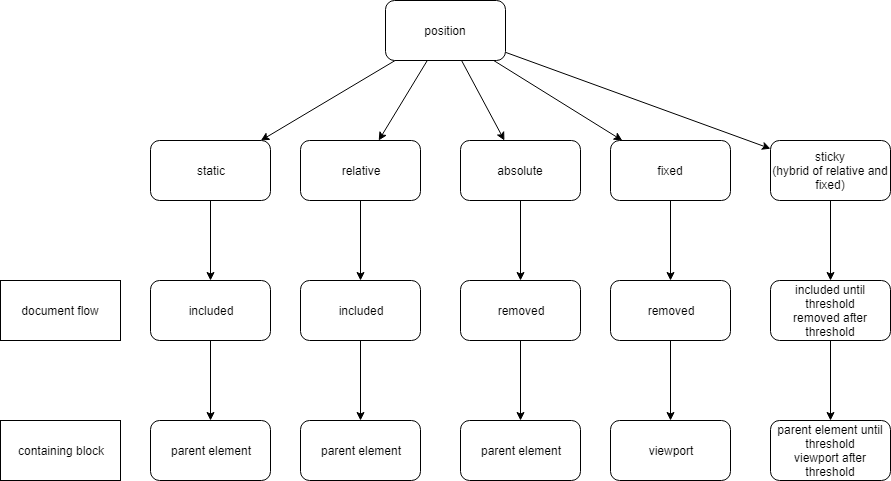
stsiwo/css_workplace keeps this draw.io diagram as css_poisition_cheatsheet.PNG. Above is the earlier version. Source tidied: cells renumbered, new cells last; positions are measured from the earlier drawing's top-left corner, leaving out a move shared by most shapes. The source it was exported from:
```xml
<mxGraphModel background="#FFFFFF">
  <root>
    <mxCell id="0" />
    <mxCell id="1" parent="0" />
    <mxCell id="2" style="rounded=0;jettySize=auto;html=1;" parent="1" edge="1" source="7" target="29">
      <mxGeometry relative="1" as="geometry" />
    </mxCell>
    <mxCell id="3" style="edgeStyle=none;rounded=0;jettySize=auto;html=1;" parent="1" edge="1" source="7" target="24">
      <mxGeometry relative="1" as="geometry" />
    </mxCell>
    <mxCell id="4" style="edgeStyle=none;rounded=0;jettySize=auto;html=1;" parent="1" edge="1" source="7" target="19">
      <mxGeometry relative="1" as="geometry" />
    </mxCell>
    <mxCell id="5" style="edgeStyle=none;rounded=0;jettySize=auto;html=1;" parent="1" edge="1" source="7" target="14">
      <mxGeometry relative="1" as="geometry" />
    </mxCell>
    <mxCell id="6" style="edgeStyle=none;rounded=0;jettySize=auto;html=1;" parent="1" edge="1" source="7" target="9">
      <mxGeometry relative="1" as="geometry" />
    </mxCell>
    <mxCell id="7" value="position" style="rounded=1;whiteSpace=wrap;html=1;" parent="1" vertex="1">
      <mxGeometry x="385" width="120" height="60" as="geometry" />
    </mxCell>
    <mxCell id="8" style="edgeStyle=none;rounded=0;jettySize=auto;html=1;" parent="1" edge="1" source="9" target="11">
      <mxGeometry relative="1" as="geometry" />
    </mxCell>
    <mxCell id="9" value="sticky&lt;br&gt;(hybrid of relative and fixed)&lt;br&gt;" style="rounded=1;whiteSpace=wrap;html=1;" parent="1" vertex="1">
      <mxGeometry x="770" y="140" width="120" height="60" as="geometry" />
    </mxCell>
    <mxCell id="10" style="edgeStyle=none;rounded=0;jettySize=auto;html=1;" parent="1" edge="1" source="11" target="12">
      <mxGeometry relative="1" as="geometry" />
    </mxCell>
    <mxCell id="11" value="included until threshold&lt;br&gt;removed after threshold&lt;br&gt;" style="rounded=1;whiteSpace=wrap;html=1;" parent="1" vertex="1">
      <mxGeometry x="770" y="280" width="120" height="60" as="geometry" />
    </mxCell>
    <mxCell id="12" value="parent element until threshold&lt;br&gt;viewport after threshold&lt;br&gt;" style="rounded=1;whiteSpace=wrap;html=1;" parent="1" vertex="1">
      <mxGeometry x="770" y="420" width="120" height="60" as="geometry" />
    </mxCell>
    <mxCell id="13" style="edgeStyle=none;rounded=0;jettySize=auto;html=1;" parent="1" edge="1" source="14" target="16">
      <mxGeometry relative="1" as="geometry" />
    </mxCell>
    <mxCell id="14" value="fixed" style="rounded=1;whiteSpace=wrap;html=1;" parent="1" vertex="1">
      <mxGeometry x="610" y="140" width="120" height="60" as="geometry" />
    </mxCell>
    <mxCell id="15" style="edgeStyle=none;rounded=0;jettySize=auto;html=1;" parent="1" edge="1" source="16" target="17">
      <mxGeometry relative="1" as="geometry" />
    </mxCell>
    <mxCell id="16" value="removed" style="rounded=1;whiteSpace=wrap;html=1;" parent="1" vertex="1">
      <mxGeometry x="610" y="280" width="120" height="60" as="geometry" />
    </mxCell>
    <mxCell id="17" value="viewport" style="rounded=1;whiteSpace=wrap;html=1;" parent="1" vertex="1">
      <mxGeometry x="610" y="420" width="120" height="60" as="geometry" />
    </mxCell>
    <mxCell id="18" style="edgeStyle=none;rounded=0;jettySize=auto;html=1;" parent="1" edge="1" source="19" target="21">
      <mxGeometry relative="1" as="geometry" />
    </mxCell>
    <mxCell id="19" value="absolute" style="rounded=1;whiteSpace=wrap;html=1;" parent="1" vertex="1">
      <mxGeometry x="460" y="140" width="120" height="60" as="geometry" />
    </mxCell>
    <mxCell id="20" style="edgeStyle=none;rounded=0;jettySize=auto;html=1;" parent="1" edge="1" source="21" target="22">
      <mxGeometry relative="1" as="geometry" />
    </mxCell>
    <mxCell id="21" value="removed" style="rounded=1;whiteSpace=wrap;html=1;" parent="1" vertex="1">
      <mxGeometry x="460" y="280" width="120" height="60" as="geometry" />
    </mxCell>
    <mxCell id="22" value="parent element" style="rounded=1;whiteSpace=wrap;html=1;" parent="1" vertex="1">
      <mxGeometry x="460" y="420" width="120" height="60" as="geometry" />
    </mxCell>
    <mxCell id="23" style="edgeStyle=none;rounded=0;jettySize=auto;html=1;" parent="1" edge="1" source="24" target="26">
      <mxGeometry relative="1" as="geometry" />
    </mxCell>
    <mxCell id="24" value="relative" style="rounded=1;whiteSpace=wrap;html=1;" parent="1" vertex="1">
      <mxGeometry x="300" y="140" width="120" height="60" as="geometry" />
    </mxCell>
    <mxCell id="25" style="edgeStyle=none;rounded=0;jettySize=auto;html=1;" parent="1" edge="1" source="26" target="27">
      <mxGeometry relative="1" as="geometry" />
    </mxCell>
    <mxCell id="26" value="included" style="rounded=1;whiteSpace=wrap;html=1;" parent="1" vertex="1">
      <mxGeometry x="300" y="280" width="120" height="60" as="geometry" />
    </mxCell>
    <mxCell id="27" value="parent element" style="rounded=1;whiteSpace=wrap;html=1;" parent="1" vertex="1">
      <mxGeometry x="300" y="420" width="120" height="60" as="geometry" />
    </mxCell>
    <mxCell id="28" style="edgeStyle=none;rounded=0;jettySize=auto;html=1;" parent="1" edge="1" source="29" target="31">
      <mxGeometry relative="1" as="geometry" />
    </mxCell>
    <mxCell id="29" value="static" style="rounded=1;whiteSpace=wrap;html=1;" parent="1" vertex="1">
      <mxGeometry x="150" y="140" width="120" height="60" as="geometry" />
    </mxCell>
    <mxCell id="30" style="edgeStyle=none;rounded=0;jettySize=auto;html=1;" parent="1" edge="1" source="31" target="32">
      <mxGeometry relative="1" as="geometry" />
    </mxCell>
    <mxCell id="31" value="included" style="rounded=1;whiteSpace=wrap;html=1;" parent="1" vertex="1">
      <mxGeometry x="150" y="280" width="120" height="60" as="geometry" />
    </mxCell>
    <mxCell id="32" value="parent element" style="rounded=1;whiteSpace=wrap;html=1;" parent="1" vertex="1">
      <mxGeometry x="150" y="420" width="120" height="60" as="geometry" />
    </mxCell>
    <mxCell id="33" value="document flow" style="rounded=0;whiteSpace=wrap;html=1;" parent="1" vertex="1">
      <mxGeometry y="280" width="120" height="60" as="geometry" />
    </mxCell>
    <mxCell id="34" value="containing block" style="rounded=0;whiteSpace=wrap;html=1;" parent="1" vertex="1">
      <mxGeometry y="420" width="120" height="60" as="geometry" />
    </mxCell>
  </root>
</mxGraphModel>
```
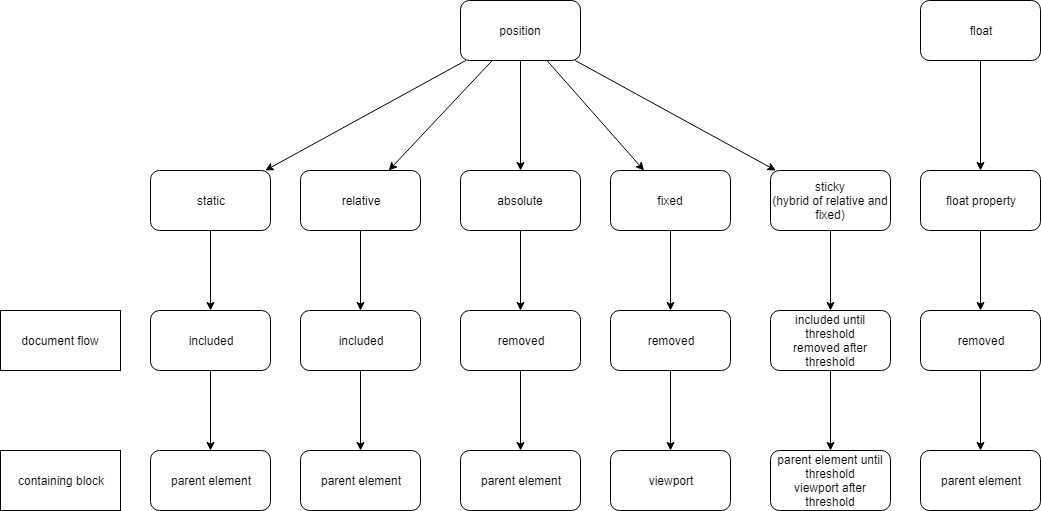
Above is the later version.

The edit, as a diff of the source:
```diff
@@ -18,7 +18,7 @@
       <mxGeometry relative="1" as="geometry" />
     </mxCell>
     <mxCell id="7" value="position" style="rounded=1;whiteSpace=wrap;html=1;" parent="1" vertex="1">
-      <mxGeometry x="385" width="120" height="60" as="geometry" />
+      <mxGeometry x="460" y="-30" width="120" height="60" as="geometry" />
     </mxCell>
     <mxCell id="8" style="edgeStyle=none;rounded=0;jettySize=auto;html=1;" parent="1" edge="1" source="9" target="11">
       <mxGeometry relative="1" as="geometry" />
@@ -101,5 +101,26 @@
     <mxCell id="34" value="containing block" style="rounded=0;whiteSpace=wrap;html=1;" parent="1" vertex="1">
       <mxGeometry y="420" width="120" height="60" as="geometry" />
     </mxCell>
+    <mxCell id="35" style="edgeStyle=none;rounded=0;jettySize=auto;html=1;" parent="1" edge="1" source="36" target="38">
+      <mxGeometry relative="1" as="geometry" />
+    </mxCell>
+    <mxCell id="36" value="float" style="rounded=1;whiteSpace=wrap;html=1;" parent="1" vertex="1">
+      <mxGeometry x="920" y="-30" width="120" height="60" as="geometry" />
+    </mxCell>
+    <mxCell id="37" style="edgeStyle=none;rounded=0;jettySize=auto;html=1;" parent="1" edge="1" source="38" target="40">
+      <mxGeometry relative="1" as="geometry" />
+    </mxCell>
+    <mxCell id="38" value="float property" style="rounded=1;whiteSpace=wrap;html=1;" parent="1" vertex="1">
+      <mxGeometry x="920" y="140" width="120" height="60" as="geometry" />
+    </mxCell>
+    <mxCell id="39" style="edgeStyle=none;rounded=0;jettySize=auto;html=1;" parent="1" edge="1" source="40" target="41">
+      <mxGeometry relative="1" as="geometry" />
+    </mxCell>
+    <mxCell id="40" value="removed" style="rounded=1;whiteSpace=wrap;html=1;" parent="1" vertex="1">
+      <mxGeometry x="920" y="280" width="120" height="60" as="geometry" />
+    </mxCell>
+    <mxCell id="41" value="parent element" style="rounded=1;whiteSpace=wrap;html=1;" parent="1" vertex="1">
+      <mxGeometry x="920" y="420" width="120" height="60" as="geometry" />
+    </mxCell>
   </root>
 </mxGraphModel>
```
